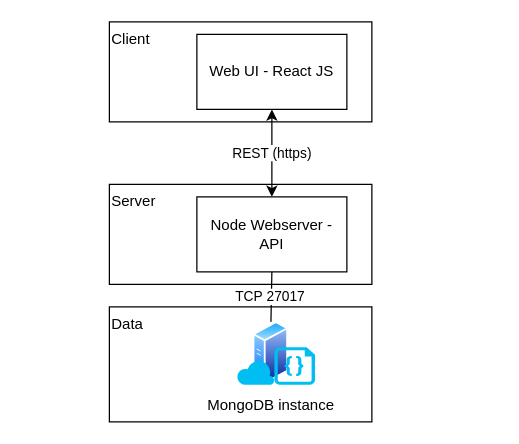
This is page "Frontend-Backend" (4 of 7) of documentation/infrastructure.drawio from jimmylevell/psychmatch, a draw.io file, before an edit. Source tidied: cells renumbered, new cells numbered last; positions are measured from the earlier drawing's top-left corner, leaving out a move shared by most shapes. Both pictures are drawn from the tidied source at 125%, with x=0, y=0 at pixel (109, 21). Pictures stored in the file or linked from it are replaced by grey dashed boxes.
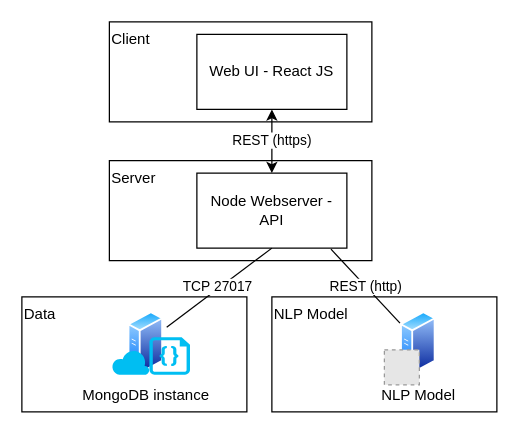
The same diagram, later.

Diff of the diagram source:
```diff
@@
 <mxGraphModel>
   <root>
     <mxCell id="0" />
     <mxCell id="1" parent="0" />
     <mxCell id="2" value="Client" style="rounded=0;whiteSpace=wrap;html=1;align=left;verticalAlign=top;" parent="1" vertex="1">
       <mxGeometry width="210" height="80" as="geometry" />
     </mxCell>
     <mxCell id="3" value="Web UI - React JS" style="rounded=0;whiteSpace=wrap;html=1;align=center;verticalAlign=middle;" parent="1" vertex="1">
       <mxGeometry x="70" y="10" width="120" height="60" as="geometry" />
     </mxCell>
     <mxCell id="4" value="Server" style="rounded=0;whiteSpace=wrap;html=1;align=left;verticalAlign=top;" parent="1" vertex="1">
-      <mxGeometry y="130" width="210" height="80" as="geometry" />
+      <mxGeometry y="111" width="210" height="80" as="geometry" />
     </mxCell>
     <mxCell id="5" value="Node Webserver - API" style="rounded=0;whiteSpace=wrap;html=1;align=center;verticalAlign=middle;" parent="1" vertex="1">
-      <mxGeometry x="70" y="140" width="120" height="60" as="geometry" />
+      <mxGeometry x="70" y="121" width="120" height="60" as="geometry" />
     </mxCell>
     <mxCell id="6" value="REST (https)" style="endArrow=classic;startArrow=classic;html=1;rounded=0;entryX=0.5;entryY=1;entryDx=0;entryDy=0;" parent="1" edge="1" source="5" target="3">
       <mxGeometry relative="1" as="geometry" />
     </mxCell>
     <mxCell id="7" value="Data" style="rounded=0;whiteSpace=wrap;html=1;align=left;verticalAlign=top;" parent="1" vertex="1">
-      <mxGeometry y="228" width="210" height="92" as="geometry" />
+      <mxGeometry x="-70" y="220" width="180" height="92" as="geometry" />
     </mxCell>
     <mxCell id="8" value="TCP&amp;nbsp;27017&amp;nbsp;" style="endArrow=none;html=1;rounded=0;entryX=0.5;entryY=1;entryDx=0;entryDy=0;" parent="1" edge="1" source="9" target="5">
       <mxGeometry relative="1" as="geometry" />
     </mxCell>
     <mxCell id="9" value="MongoDB instance" style="perimeter=ellipsePerimeter;html=1;align=center;shadow=0;dashed=0;spacingTop=3;image;image=img/lib/active_directory/generic_server.svg;fontFamily=Helvetica;fontSize=12;fontColor=#000000;strokeColor=#000000;fillColor=#ffffff;labelBackgroundColor=none;" parent="1" vertex="1">
-      <mxGeometry x="110" y="240" width="38.5" height="50" as="geometry" />
+      <mxGeometry x="10" y="232" width="38.5" height="50" as="geometry" />
     </mxCell>
     <mxCell id="10" style="verticalLabelPosition=bottom;html=1;verticalAlign=top;align=center;strokeColor=none;fillColor=#00BEF2;shape=mxgraph.azure.code_file;" parent="1" vertex="1">
-      <mxGeometry x="132" y="260.3" width="32.5" height="30" as="geometry" />
+      <mxGeometry x="32" y="252.3" width="32.5" height="30" as="geometry" />
     </mxCell>
     <mxCell id="11" style="verticalLabelPosition=bottom;html=1;verticalAlign=top;align=center;strokeColor=none;fillColor=#00BEF2;shape=mxgraph.azure.cloud;labelBackgroundColor=none;" parent="1" vertex="1">
-      <mxGeometry x="102" y="270.3" width="30" height="20" as="geometry" />
+      <mxGeometry x="2" y="262.3" width="30" height="20" as="geometry" />
     </mxCell>
+    <mxCell id="12" value="NLP Model" style="rounded=0;whiteSpace=wrap;html=1;align=left;verticalAlign=top;" parent="1" vertex="1">
+      <mxGeometry x="130" y="220" width="180" height="92" as="geometry" />
+    </mxCell>
+    <mxCell id="13" value="NLP Model" style="perimeter=ellipsePerimeter;html=1;align=center;shadow=0;dashed=0;spacingTop=3;image;image=img/lib/active_directory/generic_server.svg;fontFamily=Helvetica;fontSize=12;fontColor=#000000;strokeColor=#000000;fillColor=#ffffff;labelBackgroundColor=none;" parent="1" vertex="1">
+      <mxGeometry x="228" y="232" width="38.5" height="50" as="geometry" />
+    </mxCell>
+    <mxCell id="14" value="REST (http)" style="endArrow=none;html=1;rounded=0;entryX=0.894;entryY=1.014;entryDx=0;entryDy=0;entryPerimeter=0;" parent="1" edge="1" source="13" target="5">
+      <mxGeometry relative="1" as="geometry" />
+    </mxCell>
+    <mxCell id="15" style="fillColor=#E6E6E6;strokeColor=#999999;dashed=1;html=1;verticalAlign=top;verticalLabelPosition=bottom;labelBackgroundColor=#ffffff;" parent="1" vertex="1">
+      <mxGeometry x="220" y="262.3" width="28" height="28" as="geometry" />
+    </mxCell>
   </root>
 </mxGraphModel>
```
